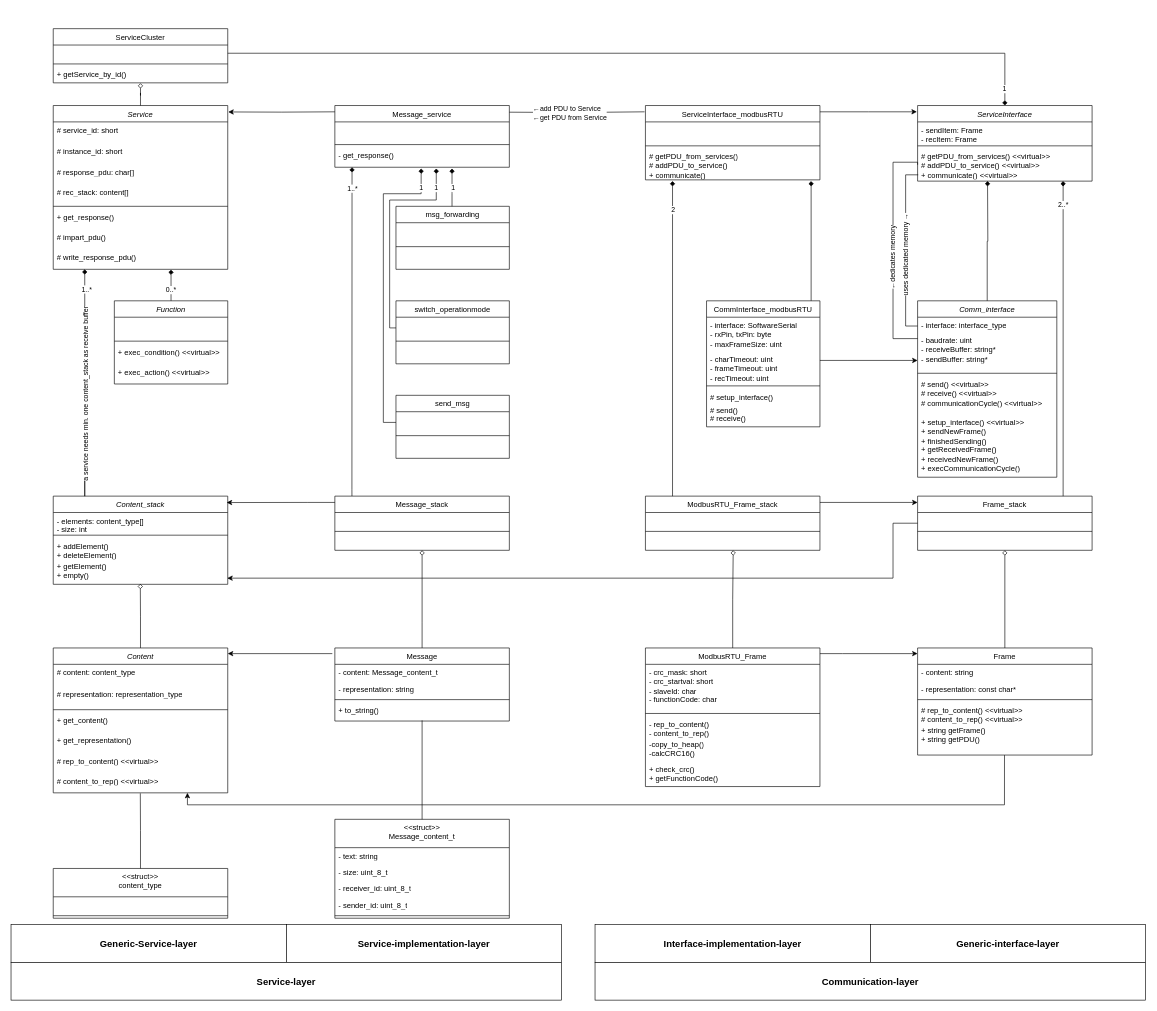
Before: modbus_classdiagram.drawio in F-L-X-S/BusBricks, a draw.io diagram. Source tidied: cells renumbered, new cells numbered last; positions are measured from the earlier drawing's top-left corner, leaving out a move shared by most shapes. Both pictures are drawn from the tidied source at 63%, with x=0, y=0 at pixel (11, 28).
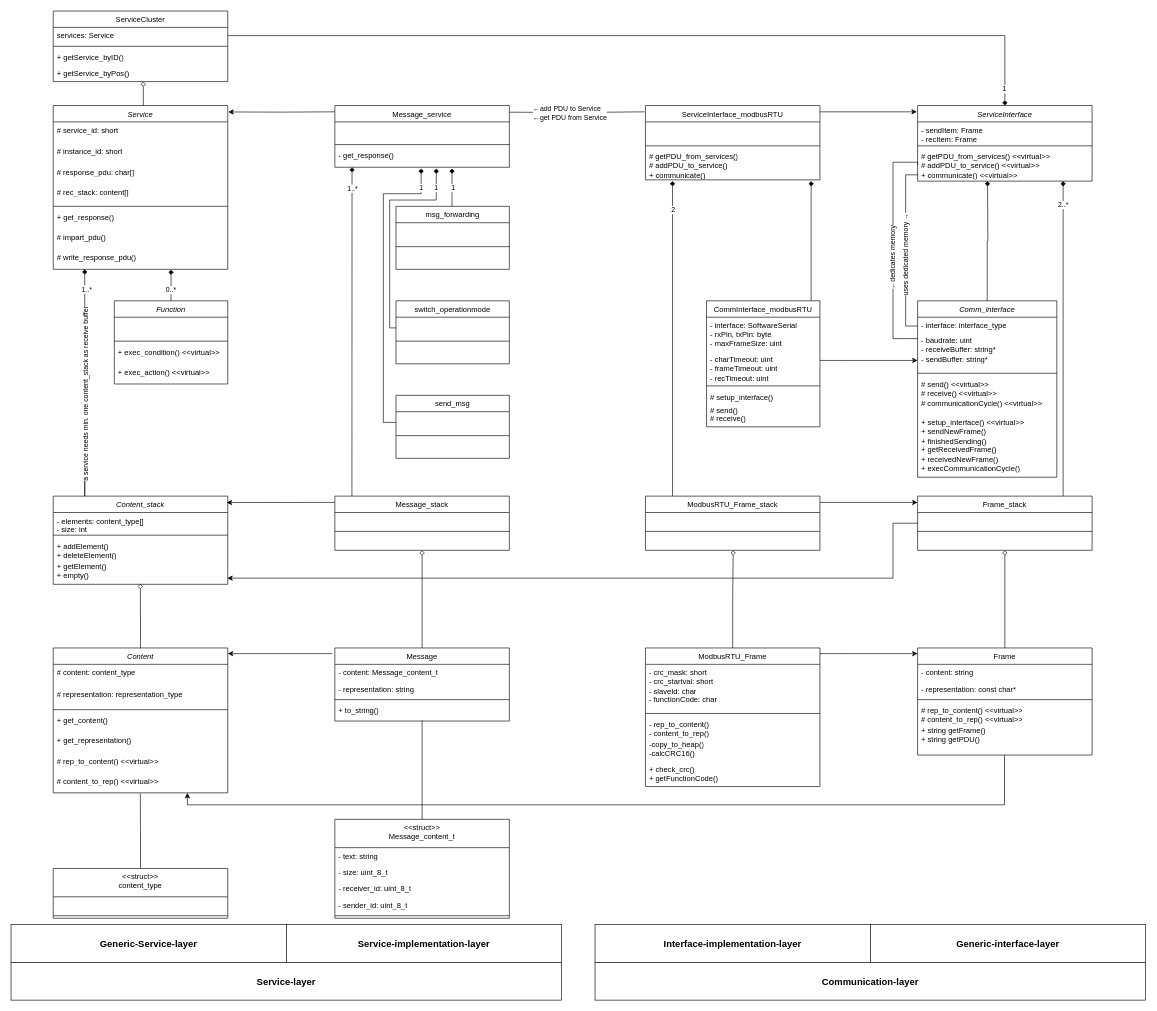
The same diagram, later.

Unchanged cells that the change refers to:
```xml
<mxCell id="12" value="&lt;i style=&quot;font-weight: normal;&quot;&gt;Service&lt;/i&gt;" style="swimlane;fontStyle=1;align=center;verticalAlign=top;horizontal=1;startSize=26;whiteSpace=wrap;html=1;" parent="1" vertex="1">
  <mxGeometry x="67" y="122" width="277" height="260" as="geometry" />
</mxCell>
```

The edit, as a diff of the source:
```diff
@@
     <mxCell id="120" value="&lt;span style=&quot;font-weight: 400;&quot;&gt;ServiceCluster&lt;/span&gt;" style="swimlane;fontStyle=1;align=center;verticalAlign=top;horizontal=1;startSize=26;whiteSpace=wrap;html=1;" parent="1" vertex="1">
-      <mxGeometry x="67" width="277" height="86" as="geometry" />
+      <mxGeometry x="67" y="-28" width="277" height="112" as="geometry" />
     </mxCell>
-    <mxCell id="121" value="&amp;nbsp;" style="text;strokeColor=none;fillColor=none;align=left;verticalAlign=top;spacingLeft=4;spacingRight=4;overflow=hidden;points=[[0,0.5],[1,0.5]];portConstraint=eastwest;whiteSpace=wrap;html=1;" parent="120" vertex="1">
+    <mxCell id="121" value="services: Service&amp;nbsp;&lt;br&gt;&lt;br&gt;&lt;br&gt;" style="text;strokeColor=none;fillColor=none;align=left;verticalAlign=top;spacingLeft=4;spacingRight=4;overflow=hidden;points=[[0,0.5],[1,0.5]];portConstraint=eastwest;whiteSpace=wrap;html=1;" parent="120" vertex="1">
       <mxGeometry y="26" width="277" height="26" as="geometry" />
     </mxCell>
@@
-    <mxCell id="123" value="+ getService_by_id()" style="text;strokeColor=none;fillColor=none;align=left;verticalAlign=top;spacingLeft=4;spacingRight=4;overflow=hidden;points=[[0,0.5],[1,0.5]];portConstraint=eastwest;whiteSpace=wrap;html=1;" parent="120" vertex="1">
+    <mxCell id="123" value="+ getService_byID()" style="text;strokeColor=none;fillColor=none;align=left;verticalAlign=top;spacingLeft=4;spacingRight=4;overflow=hidden;points=[[0,0.5],[1,0.5]];portConstraint=eastwest;whiteSpace=wrap;html=1;" parent="120" vertex="1">
       <mxGeometry y="60" width="277" height="26" as="geometry" />
     </mxCell>
+    <mxCell id="156" value="+ getService_byPos()" style="text;strokeColor=none;fillColor=none;align=left;verticalAlign=top;spacingLeft=4;spacingRight=4;overflow=hidden;points=[[0,0.5],[1,0.5]];portConstraint=eastwest;whiteSpace=wrap;html=1;" parent="120" vertex="1">
+      <mxGeometry y="86" width="277" height="26" as="geometry" />
+    </mxCell>
-    <mxCell id="124" style="edgeStyle=orthogonalEdgeStyle;rounded=0;jettySize=auto;html=1;entryX=0.5;entryY=1.022;entryDx=0;entryDy=0;entryPerimeter=0;endArrow=diamond;endFill=0;" parent="1" edge="1" source="12" target="123">
-      <mxGeometry relative="1" as="geometry" />
+    <mxCell id="124" style="edgeStyle=orthogonalEdgeStyle;rounded=0;jettySize=auto;html=1;endArrow=diamond;endFill=0;entryX=0.516;entryY=0.999;entryDx=0;entryDy=0;entryPerimeter=0;" parent="1" edge="1" source="12" target="156">
+      <mxGeometry relative="1" as="geometry">
+        <Array as="points">
+          <mxPoint x="210" y="92" />
+          <mxPoint x="210" y="92" />
+        </Array>
+      </mxGeometry>
     </mxCell>
```
